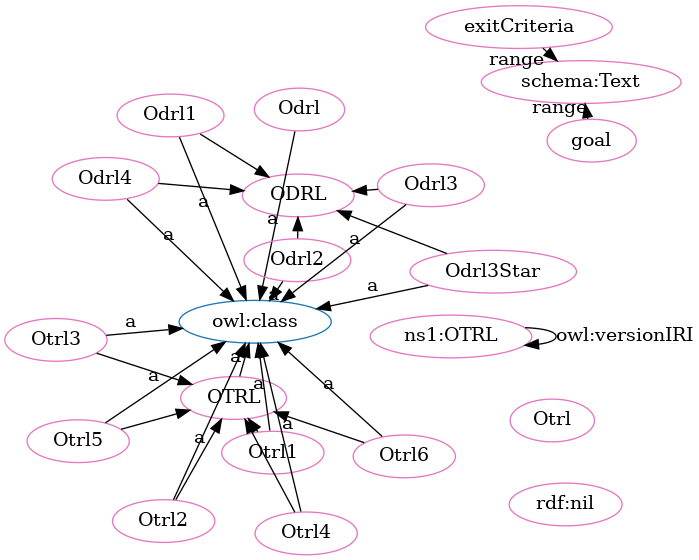
The Graphviz diagram OTRL-clean.png in OPEN-NEXT/OKH-LOSH, before a commit. Its source is kept beside it as OTRL-clean.dot.
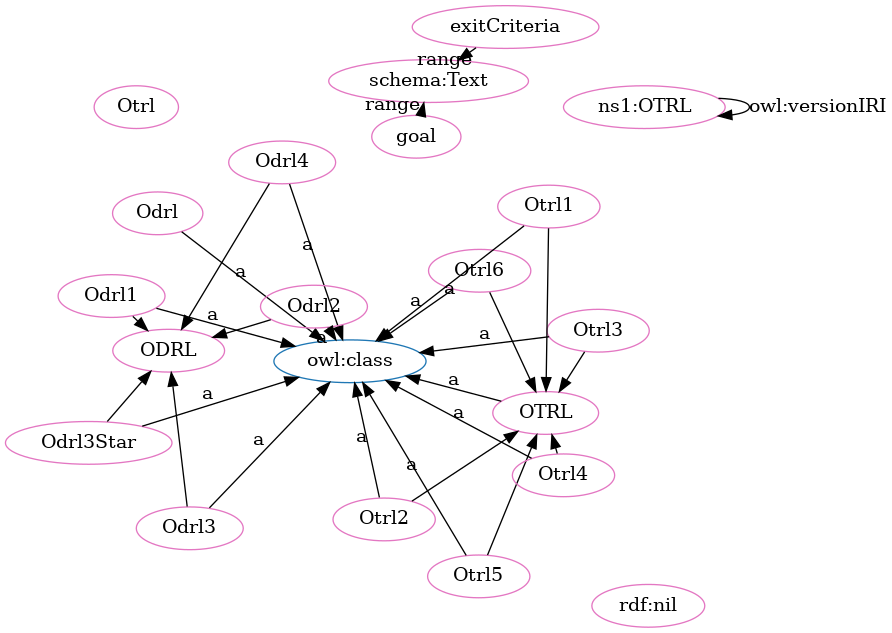
After the change.

Change to the diagram source:
```diff
@@ -1,54 +1,54 @@
 digraph G {
   rankdir=BT
   node[height=.3]
+"http://purl.org/oseg/ontologies/OTRL#ODRL" [fillcolor="#1f77b4" color="#1f77b4" label="ODRL"]
 "http://purl.org/oseg/ontologies/OTRL#OTRL" [fillcolor="#1f77b4" color="#1f77b4" label="OTRL"]
-"http://purl.org/oseg/ontologies/OTRL#ODRL" [fillcolor="#1f77b4" color="#1f77b4" label="ODRL"]
 "http://www.w3.org/2002/07/owl#class" [fillcolor="#1f77b4" color="#1f77b4" label="owl:class"]
+"http://purl.org/oseg/ontologies/OTRL#OTRL" [fillcolor="#e377c2" color="#e377c2" label="OTRL"]
 "http://purl.org/oseg/ontologies/OTRL#ODRL" [fillcolor="#e377c2" color="#e377c2" label="ODRL"]
 "http://purl.org/oseg/ontologies/OTRL#Odrl" [fillcolor="#e377c2" color="#e377c2" label="Odrl"]
-"http://purl.org/oseg/ontologies/OTRL#OTRL" [fillcolor="#e377c2" color="#e377c2" label="OTRL"]
-"http://purl.org/oseg/ontologies/OTRL#Otrl3" [fillcolor="#e377c2" color="#e377c2" label="Otrl3"]
-"http://purl.org/oseg/ontologies/OTRL#exitCriteria" [fillcolor="#e377c2" color="#e377c2" label="exitCriteria"]
 "http://purl.org/oseg/ontologies/OTRL#Otrl" [fillcolor="#e377c2" color="#e377c2" label="Otrl"]
 "http://purl.org/oseg/ontologies/OTRL" [fillcolor="#e377c2" color="#e377c2" label="ns1:OTRL"]
+"http://purl.org/oseg/ontologies/OTRL#Odrl4" [fillcolor="#e377c2" color="#e377c2" label="Odrl4"]
+"http://purl.org/oseg/ontologies/OTRL#Otrl6" [fillcolor="#e377c2" color="#e377c2" label="Otrl6"]
+"http://schema.org/Text" [fillcolor="#e377c2" color="#e377c2" label="schema:Text"]
+"http://purl.org/oseg/ontologies/OTRL#exitCriteria" [fillcolor="#e377c2" color="#e377c2" label="exitCriteria"]
+"http://purl.org/oseg/ontologies/OTRL#Otrl5" [fillcolor="#e377c2" color="#e377c2" label="Otrl5"]
+"http://purl.org/oseg/ontologies/OTRL#Odrl3Star" [fillcolor="#e377c2" color="#e377c2" label="Odrl3Star"]
+"http://purl.org/oseg/ontologies/OTRL#Otrl2" [fillcolor="#e377c2" color="#e377c2" label="Otrl2"]
+"http://www.w3.org/1999/02/22-rdf-syntax-ns#nil" [fillcolor="#e377c2" color="#e377c2" label="rdf:nil"]
+"http://purl.org/oseg/ontologies/OTRL#Otrl4" [fillcolor="#e377c2" color="#e377c2" label="Otrl4"]
+"http://purl.org/oseg/ontologies/OTRL#Odrl3" [fillcolor="#e377c2" color="#e377c2" label="Odrl3"]
+"http://purl.org/oseg/ontologies/OTRL#goal" [fillcolor="#e377c2" color="#e377c2" label="goal"]
 "http://purl.org/oseg/ontologies/OTRL#Odrl1" [fillcolor="#e377c2" color="#e377c2" label="Odrl1"]
-"http://schema.org/Text" [fillcolor="#e377c2" color="#e377c2" label="schema:Text"]
+"http://purl.org/oseg/ontologies/OTRL#Otrl3" [fillcolor="#e377c2" color="#e377c2" label="Otrl3"]
+"http://purl.org/oseg/ontologies/OTRL#Otrl1" [fillcolor="#e377c2" color="#e377c2" label="Otrl1"]
 "http://purl.org/oseg/ontologies/OTRL#Odrl2" [fillcolor="#e377c2" color="#e377c2" label="Odrl2"]
-"http://purl.org/oseg/ontologies/OTRL#Otrl1" [fillcolor="#e377c2" color="#e377c2" label="Otrl1"]
-"http://purl.org/oseg/ontologies/OTRL#Otrl6" [fillcolor="#e377c2" color="#e377c2" label="Otrl6"]
-"http://purl.org/oseg/ontologies/OTRL#Otrl5" [fillcolor="#e377c2" color="#e377c2" label="Otrl5"]
-"http://purl.org/oseg/ontologies/OTRL#Otrl2" [fillcolor="#e377c2" color="#e377c2" label="Otrl2"]
-"http://purl.org/oseg/ontologies/OTRL#goal" [fillcolor="#e377c2" color="#e377c2" label="goal"]
-"http://www.w3.org/1999/02/22-rdf-syntax-ns#nil" [fillcolor="#e377c2" color="#e377c2" label="rdf:nil"]
-"http://purl.org/oseg/ontologies/OTRL#Odrl4" [fillcolor="#e377c2" color="#e377c2" label="Odrl4"]
-"http://purl.org/oseg/ontologies/OTRL#Otrl4" [fillcolor="#e377c2" color="#e377c2" label="Otrl4"]
-"http://purl.org/oseg/ontologies/OTRL#Odrl3Star" [fillcolor="#e377c2" color="#e377c2" label="Odrl3Star"]
-"http://purl.org/oseg/ontologies/OTRL#Odrl3" [fillcolor="#e377c2" color="#e377c2" label="Odrl3"]
-  "http://purl.org/oseg/ontologies/OTRL#Otrl3" -> "http://www.w3.org/2002/07/owl#class" [label="a"]
+  "http://purl.org/oseg/ontologies/OTRL#Odrl3Star" -> "http://purl.org/oseg/ontologies/OTRL#ODRL" [label=""]
+  "http://purl.org/oseg/ontologies/OTRL#Odrl" -> "http://www.w3.org/2002/07/owl#class" [label="a"]
+  "http://purl.org/oseg/ontologies/OTRL#Otrl6" -> "http://www.w3.org/2002/07/owl#class" [label="a"]
   "http://purl.org/oseg/ontologies/OTRL#Otrl5" -> "http://purl.org/oseg/ontologies/OTRL#OTRL" [label=""]
   "http://purl.org/oseg/ontologies/OTRL#goal" -> "http://schema.org/Text" [label="range"]
   "http://purl.org/oseg/ontologies/OTRL#Odrl2" -> "http://www.w3.org/2002/07/owl#class" [label="a"]
-  "http://purl.org/oseg/ontologies/OTRL#Otrl1" -> "http://www.w3.org/2002/07/owl#class" [label="a"]
-  "http://purl.org/oseg/ontologies/OTRL#Odrl" -> "http://www.w3.org/2002/07/owl#class" [label="a"]
+  "http://purl.org/oseg/ontologies/OTRL#Otrl1" -> "http://purl.org/oseg/ontologies/OTRL#OTRL" [label=""]
+  "http://purl.org/oseg/ontologies/OTRL" -> "http://purl.org/oseg/ontologies/OTRL" [label="owl:versionIRI"]
+  "http://purl.org/oseg/ontologies/OTRL#Otrl2" -> "http://purl.org/oseg/ontologies/OTRL#OTRL" [label=""]
   "http://purl.org/oseg/ontologies/OTRL#Otrl4" -> "http://purl.org/oseg/ontologies/OTRL#OTRL" [label=""]
-  "http://purl.org/oseg/ontologies/OTRL#Otrl6" -> "http://purl.org/oseg/ontologies/OTRL#OTRL" [label=""]
-  "http://purl.org/oseg/ontologies/OTRL#Otrl2" -> "http://purl.org/oseg/ontologies/OTRL#OTRL" [label=""]
+  "http://purl.org/oseg/ontologies/OTRL#Odrl4" -> "http://www.w3.org/2002/07/owl#class" [label="a"]
+  "http://purl.org/oseg/ontologies/OTRL#exitCriteria" -> "http://schema.org/Text" [label="range"]
+  "http://purl.org/oseg/ontologies/OTRL#Otrl5" -> "http://www.w3.org/2002/07/owl#class" [label="a"]
+  "http://purl.org/oseg/ontologies/OTRL#Odrl3Star" -> "http://www.w3.org/2002/07/owl#class" [label="a"]
+  "http://purl.org/oseg/ontologies/OTRL#Odrl2" -> "http://purl.org/oseg/ontologies/OTRL#ODRL" [label=""]
+  "http://purl.org/oseg/ontologies/OTRL#Otrl2" -> "http://www.w3.org/2002/07/owl#class" [label="a"]
+  "http://purl.org/oseg/ontologies/OTRL#Otrl4" -> "http://www.w3.org/2002/07/owl#class" [label="a"]
   "http://purl.org/oseg/ontologies/OTRL#Odrl3" -> "http://www.w3.org/2002/07/owl#class" [label="a"]
-  "http://purl.org/oseg/ontologies/OTRL#Odrl4" -> "http://purl.org/oseg/ontologies/OTRL#ODRL" [label=""]
-  "http://purl.org/oseg/ontologies/OTRL#OTRL" -> "http://www.w3.org/2002/07/owl#class" [label="a"]
   "http://purl.org/oseg/ontologies/OTRL#Odrl3" -> "http://purl.org/oseg/ontologies/OTRL#ODRL" [label=""]
   "http://purl.org/oseg/ontologies/OTRL#Odrl1" -> "http://www.w3.org/2002/07/owl#class" [label="a"]
-  "http://purl.org/oseg/ontologies/OTRL#Otrl6" -> "http://www.w3.org/2002/07/owl#class" [label="a"]
-  "http://purl.org/oseg/ontologies/OTRL#Otrl5" -> "http://www.w3.org/2002/07/owl#class" [label="a"]
-  "http://purl.org/oseg/ontologies/OTRL#Otrl2" -> "http://www.w3.org/2002/07/owl#class" [label="a"]
+  "http://purl.org/oseg/ontologies/OTRL#OTRL" -> "http://www.w3.org/2002/07/owl#class" [label="a"]
+  "http://purl.org/oseg/ontologies/OTRL#Otrl3" -> "http://www.w3.org/2002/07/owl#class" [label="a"]
   "http://purl.org/oseg/ontologies/OTRL#Otrl3" -> "http://purl.org/oseg/ontologies/OTRL#OTRL" [label=""]
-  "http://purl.org/oseg/ontologies/OTRL" -> "http://purl.org/oseg/ontologies/OTRL" [label="owl:versionIRI"]
-  "http://purl.org/oseg/ontologies/OTRL#Odrl4" -> "http://www.w3.org/2002/07/owl#class" [label="a"]
-  "http://purl.org/oseg/ontologies/OTRL#Otrl1" -> "http://purl.org/oseg/ontologies/OTRL#OTRL" [label=""]
+  "http://purl.org/oseg/ontologies/OTRL#Otrl6" -> "http://purl.org/oseg/ontologies/OTRL#OTRL" [label=""]
   "http://purl.org/oseg/ontologies/OTRL#Odrl1" -> "http://purl.org/oseg/ontologies/OTRL#ODRL" [label=""]
-  "http://purl.org/oseg/ontologies/OTRL#Odrl2" -> "http://purl.org/oseg/ontologies/OTRL#ODRL" [label=""]
-  "http://purl.org/oseg/ontologies/OTRL#Odrl3Star" -> "http://purl.org/oseg/ontologies/OTRL#ODRL" [label=""]
-  "http://purl.org/oseg/ontologies/OTRL#Otrl4" -> "http://www.w3.org/2002/07/owl#class" [label="a"]
-  "http://purl.org/oseg/ontologies/OTRL#Odrl3Star" -> "http://www.w3.org/2002/07/owl#class" [label="a"]
-  "http://purl.org/oseg/ontologies/OTRL#exitCriteria" -> "http://schema.org/Text" [label="range"]
+  "http://purl.org/oseg/ontologies/OTRL#Otrl1" -> "http://www.w3.org/2002/07/owl#class" [label="a"]
+  "http://purl.org/oseg/ontologies/OTRL#Odrl4" -> "http://purl.org/oseg/ontologies/OTRL#ODRL" [label=""]
 }
```
